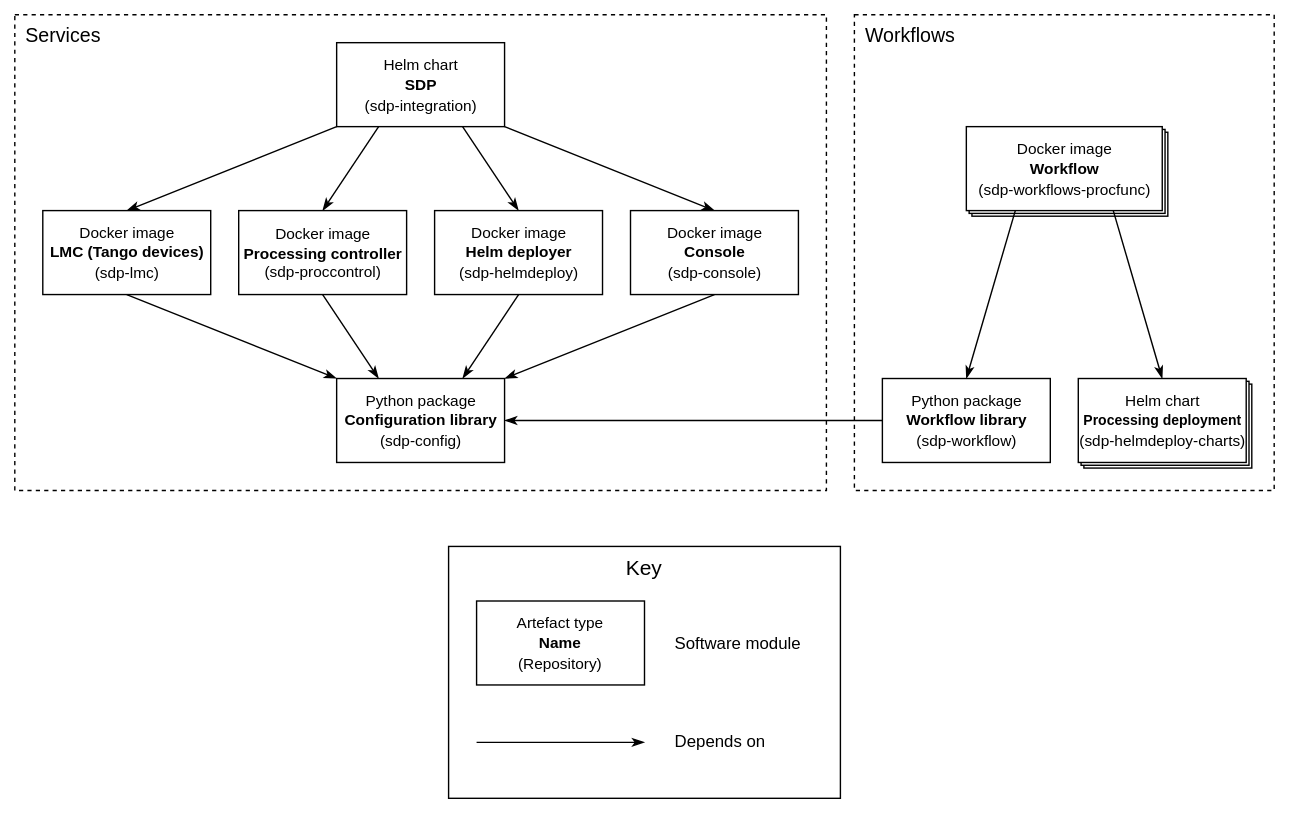
The draw.io diagram docs/src/images/sdp_modules.svg in ska-telescope/sdp-integration, before a commit. Source tidied: cells renumbered, new cells last; positions are measured from the earlier drawing's top-left corner, leaving out a move shared by most shapes.
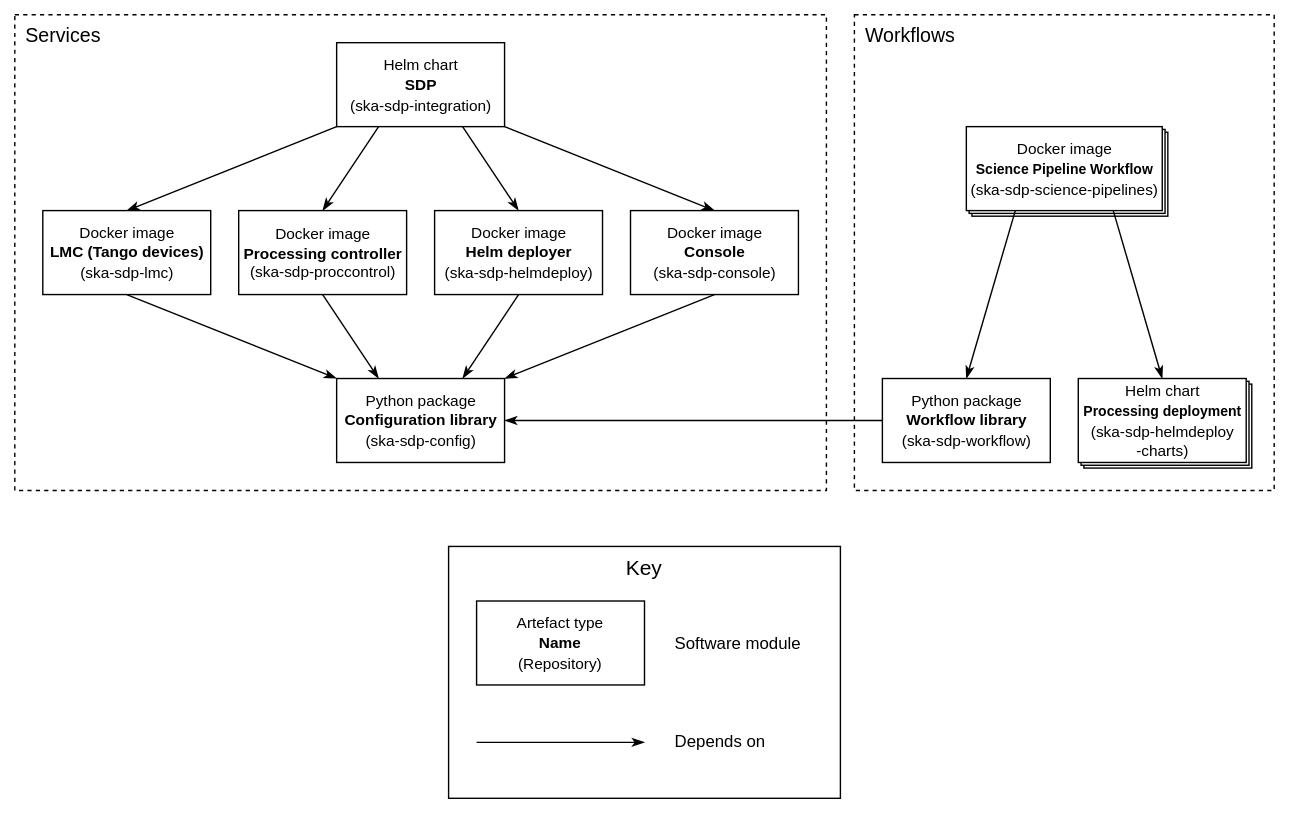
After the commit.

The edit, as a diff of the source:
```diff
@@ -44,28 +44,28 @@
     <mxCell id="15" style="edgeStyle=none;rounded=0;jettySize=auto;html=1;exitX=1;exitY=1;exitDx=0;exitDy=0;entryX=0.5;entryY=0;entryDx=0;entryDy=0;endArrow=classicThin;endFill=1;" parent="1" edge="1" source="16" target="21">
       <mxGeometry relative="1" as="geometry" />
     </mxCell>
-    <mxCell id="16" value="&lt;font style=&quot;font-size: 11px&quot;&gt;Helm chart&lt;br&gt;&lt;b&gt;SDP&lt;/b&gt;&lt;br&gt;(sdp-integration)&lt;/font&gt;" style="html=1;" parent="1" vertex="1">
+    <mxCell id="16" value="&lt;font style=&quot;font-size: 11px&quot;&gt;Helm chart&lt;br&gt;&lt;b&gt;SDP&lt;/b&gt;&lt;br&gt;(ska-sdp-integration)&lt;/font&gt;" style="html=1;" parent="1" vertex="1">
       <mxGeometry x="230" y="20" width="120" height="60" as="geometry" />
     </mxCell>
-    <mxCell id="17" value="&lt;font style=&quot;font-size: 11px&quot;&gt;Docker image&lt;br&gt;&lt;/font&gt;&lt;b style=&quot;font-size: 11px&quot;&gt;LMC (Tango devices)&lt;br&gt;&lt;/b&gt;&lt;font style=&quot;font-size: 11px&quot;&gt;(sdp-lmc)&lt;/font&gt;" style="html=1;" parent="1" vertex="1">
+    <mxCell id="17" value="&lt;font style=&quot;font-size: 11px&quot;&gt;Docker image&lt;br&gt;&lt;/font&gt;&lt;b style=&quot;font-size: 11px&quot;&gt;LMC (Tango devices)&lt;br&gt;&lt;/b&gt;&lt;font style=&quot;font-size: 11px&quot;&gt;(ska-sdp-lmc)&lt;/font&gt;" style="html=1;" parent="1" vertex="1">
       <mxGeometry x="20" y="140" width="120" height="60" as="geometry" />
     </mxCell>
-    <mxCell id="18" value="&lt;font style=&quot;font-size: 11px&quot;&gt;Docker image&lt;br&gt;&lt;/font&gt;&lt;div style=&quot;font-size: 11px&quot;&gt;&lt;font style=&quot;font-size: 11px&quot;&gt;&lt;b&gt;Processing controller&lt;/b&gt;&lt;/font&gt;&lt;/div&gt;&lt;div style=&quot;font-size: 11px&quot;&gt;&lt;font style=&quot;font-size: 11px&quot;&gt;(sdp-proccontrol)&lt;/font&gt;&lt;br&gt;&lt;/div&gt;" style="html=1;" parent="1" vertex="1">
+    <mxCell id="18" value="&lt;font style=&quot;font-size: 11px&quot;&gt;Docker image&lt;br&gt;&lt;/font&gt;&lt;div style=&quot;font-size: 11px&quot;&gt;&lt;font style=&quot;font-size: 11px&quot;&gt;&lt;b&gt;Processing controller&lt;/b&gt;&lt;/font&gt;&lt;/div&gt;&lt;div style=&quot;font-size: 11px&quot;&gt;&lt;font style=&quot;font-size: 11px&quot;&gt;(ska-sdp-proccontrol)&lt;/font&gt;&lt;br&gt;&lt;/div&gt;" style="html=1;" parent="1" vertex="1">
       <mxGeometry x="160" y="140" width="120" height="60" as="geometry" />
     </mxCell>
-    <mxCell id="19" value="&lt;font style=&quot;font-size: 11px&quot;&gt;Python package&lt;br&gt;&lt;/font&gt;&lt;b&gt;&lt;font style=&quot;font-size: 11px&quot;&gt;Configuration library&lt;/font&gt;&lt;/b&gt;&lt;br&gt;&lt;font style=&quot;font-size: 11px&quot;&gt;(sdp-config)&lt;/font&gt;" style="html=1;" parent="1" vertex="1">
+    <mxCell id="19" value="&lt;font style=&quot;font-size: 11px&quot;&gt;Python package&lt;br&gt;&lt;/font&gt;&lt;b&gt;&lt;font style=&quot;font-size: 11px&quot;&gt;Configuration library&lt;/font&gt;&lt;/b&gt;&lt;br&gt;&lt;font style=&quot;font-size: 11px&quot;&gt;(ska-sdp-config)&lt;/font&gt;" style="html=1;" parent="1" vertex="1">
       <mxGeometry x="230" y="260" width="120" height="60" as="geometry" />
     </mxCell>
-    <mxCell id="20" value="&lt;font style=&quot;font-size: 11px&quot;&gt;Docker image&lt;br&gt;&lt;b&gt;Helm deployer&lt;/b&gt;&lt;br&gt;(sdp-helmdeploy)&lt;/font&gt;" style="html=1;" parent="1" vertex="1">
+    <mxCell id="20" value="&lt;font style=&quot;font-size: 11px&quot;&gt;Docker image&lt;br&gt;&lt;b&gt;Helm deployer&lt;/b&gt;&lt;br&gt;(ska-sdp-helmdeploy)&lt;/font&gt;" style="html=1;" parent="1" vertex="1">
       <mxGeometry x="300" y="140" width="120" height="60" as="geometry" />
     </mxCell>
-    <mxCell id="21" value="&lt;span style=&quot;font-size: 11px&quot;&gt;Docker image&lt;br&gt;&lt;b&gt;Console&lt;/b&gt;&lt;br&gt;(sdp-console)&lt;br&gt;&lt;/span&gt;" style="html=1;" parent="1" vertex="1">
+    <mxCell id="21" value="&lt;span style=&quot;font-size: 11px&quot;&gt;Docker image&lt;br&gt;&lt;b&gt;Console&lt;/b&gt;&lt;br&gt;(ska-sdp-console)&lt;br&gt;&lt;/span&gt;" style="html=1;" parent="1" vertex="1">
       <mxGeometry x="440" y="140" width="120" height="60" as="geometry" />
     </mxCell>
     <mxCell id="22" style="edgeStyle=none;rounded=0;jettySize=auto;html=1;exitX=0;exitY=0.5;exitDx=0;exitDy=0;entryX=1;entryY=0.5;entryDx=0;entryDy=0;endArrow=classicThin;endFill=1;" parent="1" edge="1" source="23" target="19">
       <mxGeometry relative="1" as="geometry" />
     </mxCell>
-    <mxCell id="23" value="&lt;font style=&quot;font-size: 11px&quot;&gt;Python package&lt;br&gt;&lt;b&gt;Workflow library&lt;br&gt;&lt;/b&gt;(sdp-workflow)&lt;/font&gt;" style="html=1;" parent="1" vertex="1">
+    <mxCell id="23" value="&lt;font style=&quot;font-size: 11px&quot;&gt;Python package&lt;br&gt;&lt;b&gt;Workflow library&lt;br&gt;&lt;/b&gt;(ska-sdp-workflow)&lt;/font&gt;" style="html=1;" parent="1" vertex="1">
       <mxGeometry x="620" y="260" width="120" height="60" as="geometry" />
     </mxCell>
     <mxCell id="24" style="rounded=0;jettySize=auto;html=1;exitX=0.25;exitY=1;exitDx=0;exitDy=0;entryX=0.5;entryY=0;entryDx=0;entryDy=0;endArrow=classicThin;endFill=1;" parent="1" edge="1" source="26" target="23">
@@ -74,10 +74,10 @@
     <mxCell id="25" style="rounded=0;jettySize=auto;html=1;exitX=0.75;exitY=1;exitDx=0;exitDy=0;entryX=0.5;entryY=0;entryDx=0;entryDy=0;endArrow=classicThin;endFill=1;" parent="1" edge="1" source="26" target="27">
       <mxGeometry relative="1" as="geometry" />
     </mxCell>
-    <mxCell id="26" value="&lt;font style=&quot;font-size: 11px&quot;&gt;Docker image&lt;br&gt;&lt;b&gt;Workflow&lt;/b&gt;&lt;br&gt;&lt;font style=&quot;font-size: 11px&quot;&gt;&lt;font style=&quot;font-size: 11px&quot;&gt;(&lt;/font&gt;&lt;font style=&quot;font-size: 11px&quot;&gt;sdp-workflows-procfunc)&lt;/font&gt;&lt;/font&gt;&lt;/font&gt;" style="html=1;" parent="1" vertex="1">
+    <mxCell id="26" value="&lt;font&gt;&lt;span style=&quot;font-size: 11px&quot;&gt;Docker image&lt;/span&gt;&lt;br&gt;&lt;b&gt;&lt;font style=&quot;font-size: 10px&quot;&gt;Science Pipeline Workflow&lt;/font&gt;&lt;/b&gt;&lt;br&gt;&lt;font style=&quot;font-size: 11px&quot;&gt;&lt;font style=&quot;font-size: 11px&quot;&gt;(ska-&lt;/font&gt;&lt;font style=&quot;font-size: 11px&quot;&gt;sdp-science-pipelines)&lt;/font&gt;&lt;/font&gt;&lt;/font&gt;" style="html=1;" parent="1" vertex="1">
       <mxGeometry x="680" y="80" width="140" height="60" as="geometry" />
     </mxCell>
-    <mxCell id="27" value="&lt;font style=&quot;font-size: 11px&quot;&gt;Helm chart&lt;br&gt;&lt;/font&gt;&lt;font style=&quot;font-size: 10px&quot;&gt;&lt;b&gt;Processing deployment&lt;br&gt;&lt;/b&gt;&lt;/font&gt;&lt;font style=&quot;font-size: 11px&quot;&gt;(sdp-helmdeploy-charts)&lt;/font&gt;" style="html=1;" parent="1" vertex="1">
+    <mxCell id="27" value="&lt;font style=&quot;font-size: 11px&quot;&gt;Helm chart&lt;br&gt;&lt;/font&gt;&lt;font style=&quot;font-size: 10px&quot;&gt;&lt;b&gt;Processing deployment&lt;br&gt;&lt;/b&gt;&lt;/font&gt;&lt;font style=&quot;font-size: 11px&quot;&gt;(ska-sdp-helmdeploy&lt;br&gt;-charts)&lt;/font&gt;" style="html=1;" parent="1" vertex="1">
       <mxGeometry x="760" y="260" width="120" height="60" as="geometry" />
     </mxCell>
     <mxCell id="28" style="group;" parent="1" vertex="1">
```
